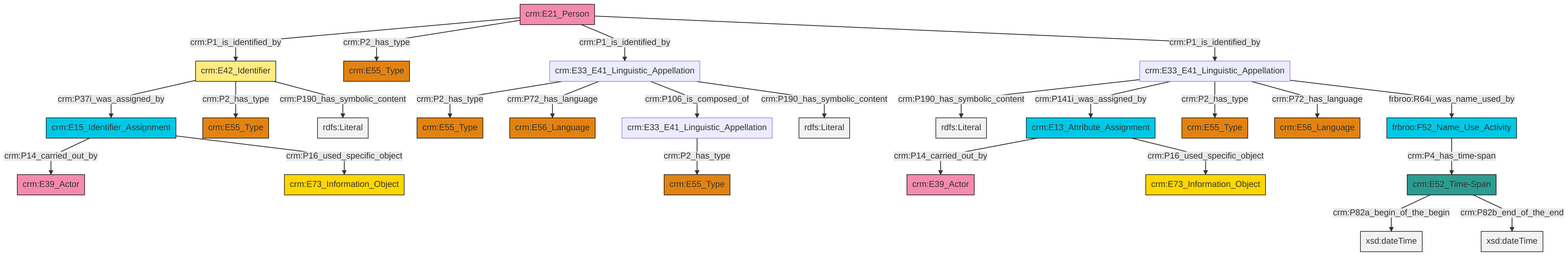
This is et/personCSV/ttl/mmd/png/Person_Names_and_Classification.png from swiss-art-research-net/docs.swissartresearch, a Mermaid export, as it was before one commit. Its source is kept beside it as et/personCSV/ttl/mmd/Person_Names_and_Classification.ttl.mmd.
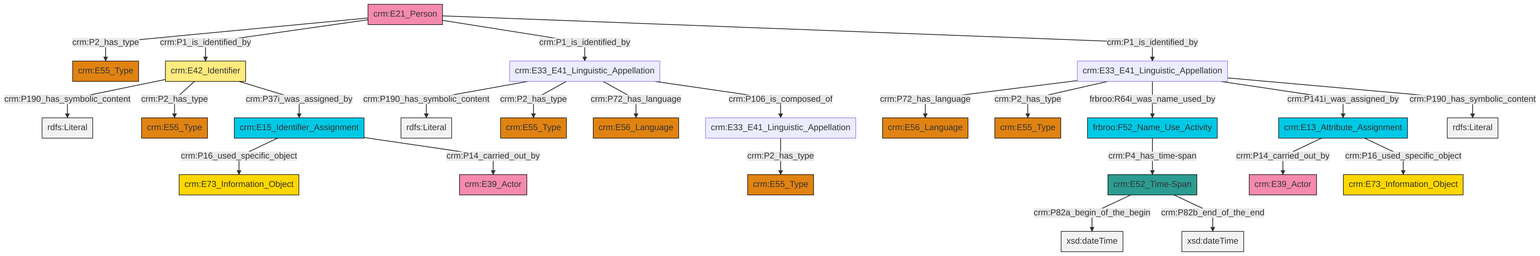
The same diagram one commit later.

The edit, as a diff of the source:
```diff
@@ -13,27 +13,27 @@
 classDef PC_Classes fill:#4ce600, stroke:#000000;
 classDef Multi fill:#cccccc,stroke:#000000;
 
-2["crm:E33_E41_Linguistic_Appellation"]:::Default -->|crm:P190_has_symbolic_content| 3[rdfs:Literal]:::Literal
-4["crm:E42_Identifier"]:::Appellation -->|crm:P37i_was_assigned_by| 5["crm:E15_Identifier_Assignment"]:::Temporal_Entity
-5["crm:E15_Identifier_Assignment"]:::Temporal_Entity -->|crm:P14_carried_out_by| 6["crm:E39_Actor"]:::Actor
-9["frbroo:F52_Name_Use_Activity"]:::Temporal_Entity -->|crm:P4_has_time-span| 10["crm:E52_Time-Span"]:::Time-Span
-2["crm:E33_E41_Linguistic_Appellation"]:::Default -->|crm:P141i_was_assigned_by| 16["crm:E13_Attribute_Assignment"]:::Temporal_Entity
-2["crm:E33_E41_Linguistic_Appellation"]:::Default -->|crm:P2_has_type| 17["crm:E55_Type"]:::Type
-2["crm:E33_E41_Linguistic_Appellation"]:::Default -->|crm:P72_has_language| 18["crm:E56_Language"]:::Type
-7["crm:E33_E41_Linguistic_Appellation"]:::Default -->|crm:P2_has_type| 13["crm:E55_Type"]:::Type
-10["crm:E52_Time-Span"]:::Time-Span -->|crm:P82a_begin_of_the_begin| 27[xsd:dateTime]:::Literal
-7["crm:E33_E41_Linguistic_Appellation"]:::Default -->|crm:P72_has_language| 24["crm:E56_Language"]:::Type
-16["crm:E13_Attribute_Assignment"]:::Temporal_Entity -->|crm:P14_carried_out_by| 0["crm:E39_Actor"]:::Actor
-31["crm:E21_Person"]:::Actor -->|crm:P1_is_identified_by| 4["crm:E42_Identifier"]:::Appellation
-7["crm:E33_E41_Linguistic_Appellation"]:::Default -->|crm:P106_is_composed_of| 11["crm:E33_E41_Linguistic_Appellation"]:::Default
-7["crm:E33_E41_Linguistic_Appellation"]:::Default -->|crm:P190_has_symbolic_content| 33[rdfs:Literal]:::Literal
-31["crm:E21_Person"]:::Actor -->|crm:P2_has_type| 34["crm:E55_Type"]:::Type
-2["crm:E33_E41_Linguistic_Appellation"]:::Default -->|frbroo:R64i_was_name_used_by| 9["frbroo:F52_Name_Use_Activity"]:::Temporal_Entity
-4["crm:E42_Identifier"]:::Appellation -->|crm:P2_has_type| 19["crm:E55_Type"]:::Type
-16["crm:E13_Attribute_Assignment"]:::Temporal_Entity -->|crm:P16_used_specific_object| 22["crm:E73_Information_Object"]:::Conceptual_Object
-5["crm:E15_Identifier_Assignment"]:::Temporal_Entity -->|crm:P16_used_specific_object| 38["crm:E73_Information_Object"]:::Conceptual_Object
-4["crm:E42_Identifier"]:::Appellation -->|crm:P190_has_symbolic_content| 43[rdfs:Literal]:::Literal
-11["crm:E33_E41_Linguistic_Appellation"]:::Default -->|crm:P2_has_type| 36["crm:E55_Type"]:::Type
-31["crm:E21_Person"]:::Actor -->|crm:P1_is_identified_by| 7["crm:E33_E41_Linguistic_Appellation"]:::Default
-10["crm:E52_Time-Span"]:::Time-Span -->|crm:P82b_end_of_the_end| 45[xsd:dateTime]:::Literal
-31["crm:E21_Person"]:::Actor -->|crm:P1_is_identified_by| 2["crm:E33_E41_Linguistic_Appellation"]:::Default
+2["crm:E52_Time-Span"]:::Time-Span -->|crm:P82a_begin_of_the_begin| 3[xsd:dateTime]:::Literal
+6["crm:E33_E41_Linguistic_Appellation"]:::Default -->|crm:P72_has_language| 0["crm:E56_Language"]:::Type
+6["crm:E33_E41_Linguistic_Appellation"]:::Default -->|crm:P2_has_type| 7["crm:E55_Type"]:::Type
+10["crm:E42_Identifier"]:::Appellation -->|crm:P190_has_symbolic_content| 11[rdfs:Literal]:::Literal
+2["crm:E52_Time-Span"]:::Time-Span -->|crm:P82b_end_of_the_end| 18[xsd:dateTime]:::Literal
+4["crm:E33_E41_Linguistic_Appellation"]:::Default -->|crm:P190_has_symbolic_content| 21[rdfs:Literal]:::Literal
+10["crm:E42_Identifier"]:::Appellation -->|crm:P2_has_type| 26["crm:E55_Type"]:::Type
+12["crm:E13_Attribute_Assignment"]:::Temporal_Entity -->|crm:P14_carried_out_by| 27["crm:E39_Actor"]:::Actor
+12["crm:E13_Attribute_Assignment"]:::Temporal_Entity -->|crm:P16_used_specific_object| 28["crm:E73_Information_Object"]:::Conceptual_Object
+29["crm:E21_Person"]:::Actor -->|crm:P2_has_type| 30["crm:E55_Type"]:::Type
+29["crm:E21_Person"]:::Actor -->|crm:P1_is_identified_by| 10["crm:E42_Identifier"]:::Appellation
+29["crm:E21_Person"]:::Actor -->|crm:P1_is_identified_by| 4["crm:E33_E41_Linguistic_Appellation"]:::Default
+36["crm:E15_Identifier_Assignment"]:::Temporal_Entity -->|crm:P16_used_specific_object| 22["crm:E73_Information_Object"]:::Conceptual_Object
+6["crm:E33_E41_Linguistic_Appellation"]:::Default -->|frbroo:R64i_was_name_used_by| 16["frbroo:F52_Name_Use_Activity"]:::Temporal_Entity
+4["crm:E33_E41_Linguistic_Appellation"]:::Default -->|crm:P2_has_type| 8["crm:E55_Type"]:::Type
+6["crm:E33_E41_Linguistic_Appellation"]:::Default -->|crm:P141i_was_assigned_by| 12["crm:E13_Attribute_Assignment"]:::Temporal_Entity
+4["crm:E33_E41_Linguistic_Appellation"]:::Default -->|crm:P72_has_language| 24["crm:E56_Language"]:::Type
+37["crm:E33_E41_Linguistic_Appellation"]:::Default -->|crm:P2_has_type| 19["crm:E55_Type"]:::Type
+6["crm:E33_E41_Linguistic_Appellation"]:::Default -->|crm:P190_has_symbolic_content| 39[rdfs:Literal]:::Literal
+4["crm:E33_E41_Linguistic_Appellation"]:::Default -->|crm:P106_is_composed_of| 37["crm:E33_E41_Linguistic_Appellation"]:::Default
+10["crm:E42_Identifier"]:::Appellation -->|crm:P37i_was_assigned_by| 36["crm:E15_Identifier_Assignment"]:::Temporal_Entity
+16["frbroo:F52_Name_Use_Activity"]:::Temporal_Entity -->|crm:P4_has_time-span| 2["crm:E52_Time-Span"]:::Time-Span
+29["crm:E21_Person"]:::Actor -->|crm:P1_is_identified_by| 6["crm:E33_E41_Linguistic_Appellation"]:::Default
+36["crm:E15_Identifier_Assignment"]:::Temporal_Entity -->|crm:P14_carried_out_by| 14["crm:E39_Actor"]:::Actor
```
